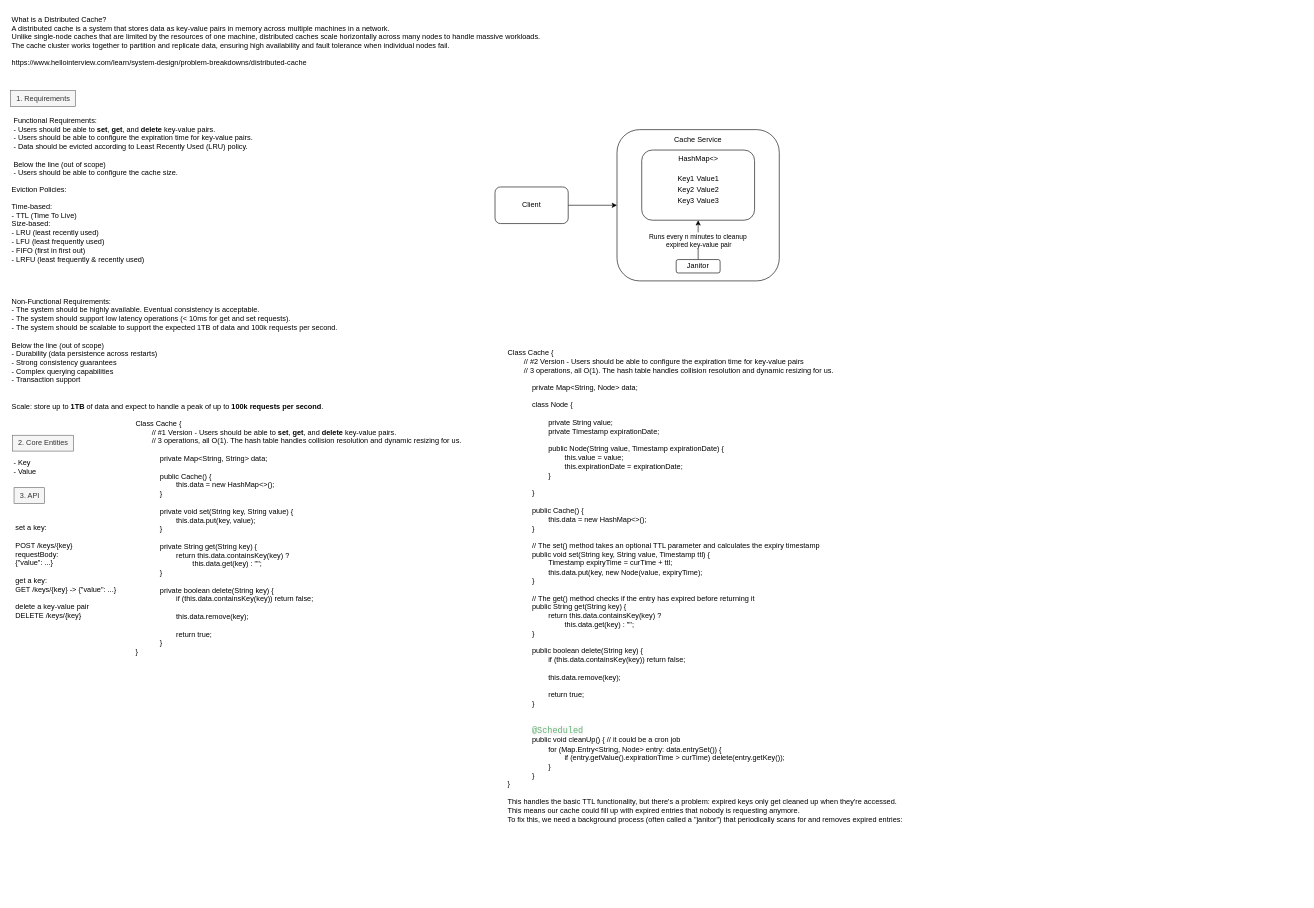
Before: page "distributed cache" (4 of 4) of system_design.drawio in lacrimae/system_design_practice, a draw.io diagram. Source tidied: cells renumbered, new cells numbered last; positions are measured from the earlier drawing's top-left corner, leaving out a move shared by most shapes. Both pictures are drawn from the tidied source at 61%, with x=0, y=0 at pixel (10, 10).
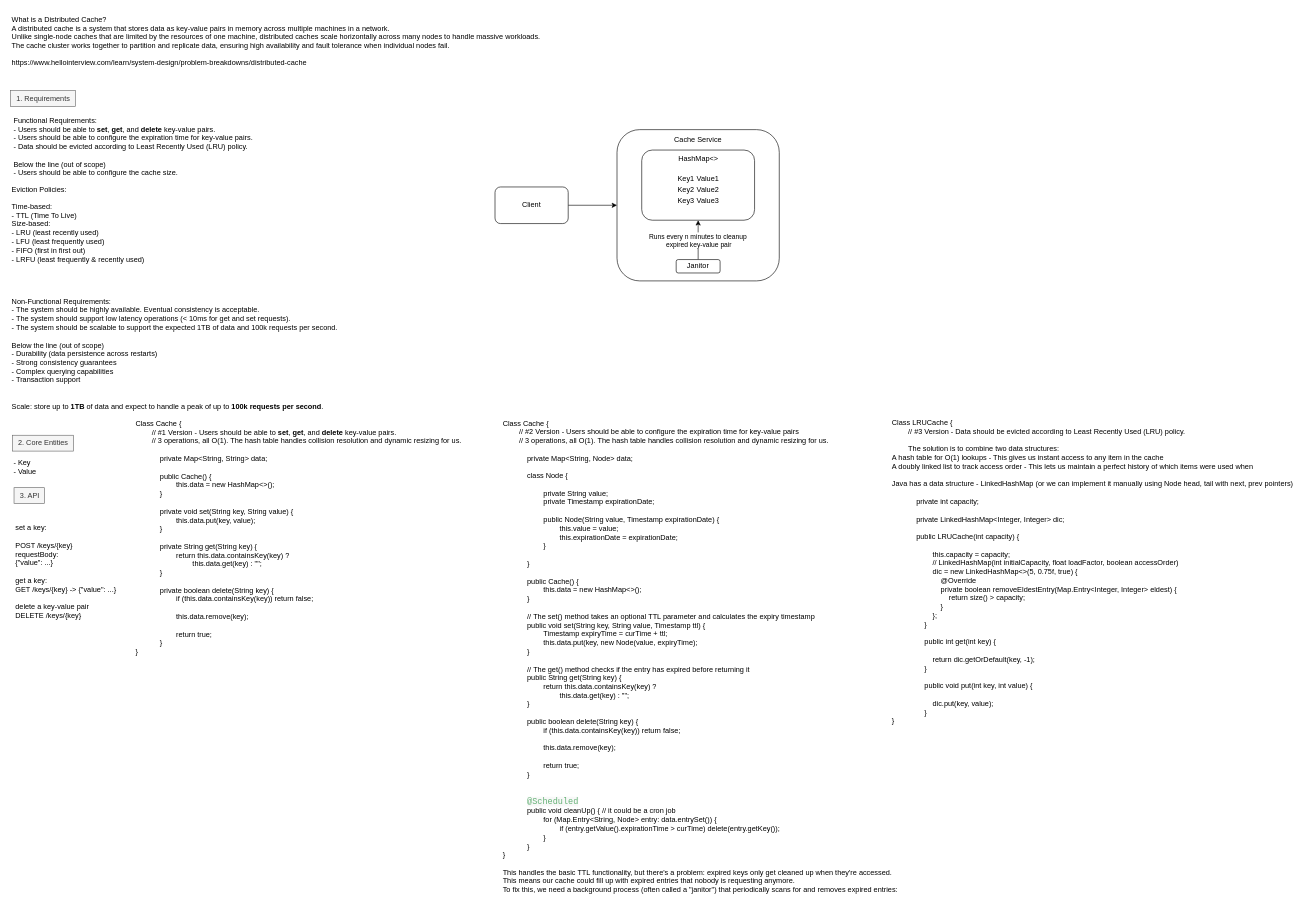
After the change.

What changed in the source:
```diff
@@
     <mxCell id="15" value="Class Cache {&lt;div&gt;&lt;span style=&quot;white-space: pre;&quot;&gt;&#9;&lt;/span&gt;// #2 Version - Users should be able to configure the expiration time for key-value pairs&lt;br&gt;&lt;div&gt;&lt;span style=&quot;white-space: pre;&quot;&gt;&#9;&lt;/span&gt;// 3 operations, all O(1).&amp;nbsp;The hash table handles collision resolution and dynamic resizing for us.&lt;br&gt;&lt;div style=&quot;&quot;&gt;&lt;span style=&quot;background-color: transparent; color: light-dark(rgb(0, 0, 0), rgb(255, 255, 255));&quot;&gt;&lt;br&gt;&lt;/span&gt;&lt;/div&gt;&lt;blockquote style=&quot;margin: 0 0 0 40px; border: none; padding: 0px;&quot;&gt;&lt;div style=&quot;&quot;&gt;&lt;span style=&quot;background-color: transparent; color: light-dark(rgb(0, 0, 0), rgb(255, 255, 255));&quot;&gt;private Map&amp;lt;String, Node&amp;gt; data;&lt;/span&gt;&lt;/div&gt;&lt;div style=&quot;&quot;&gt;&lt;span style=&quot;background-color: transparent; color: light-dark(rgb(0, 0, 0), rgb(255, 255, 255));&quot;&gt;&lt;br&gt;&lt;/span&gt;&lt;/div&gt;&lt;div style=&quot;&quot;&gt;&lt;span style=&quot;background-color: transparent; color: light-dark(rgb(0, 0, 0), rgb(255, 255, 255));&quot;&gt;class Node {&lt;/span&gt;&lt;/div&gt;&lt;div style=&quot;&quot;&gt;&lt;span style=&quot;background-color: transparent; color: light-dark(rgb(0, 0, 0), rgb(255, 255, 255));&quot;&gt;&lt;br&gt;&lt;/span&gt;&lt;/div&gt;&lt;div style=&quot;&quot;&gt;&lt;span style=&quot;background-color: transparent; color: light-dark(rgb(0, 0, 0), rgb(255, 255, 255));&quot;&gt;&lt;span style=&quot;white-space: pre;&quot;&gt;&#9;&lt;/span&gt;private String value;&lt;br&gt;&lt;/span&gt;&lt;/div&gt;&lt;div style=&quot;&quot;&gt;&lt;span style=&quot;background-color: transparent; color: light-dark(rgb(0, 0, 0), rgb(255, 255, 255));&quot;&gt;&lt;span style=&quot;white-space: pre;&quot;&gt;&#9;&lt;/span&gt;private Timestamp expirationDate;&lt;br&gt;&lt;/span&gt;&lt;/div&gt;&lt;div style=&quot;&quot;&gt;&lt;span style=&quot;background-color: transparent; color: light-dark(rgb(0, 0, 0), rgb(255, 255, 255));&quot;&gt;&lt;br&gt;&lt;/span&gt;&lt;/div&gt;&lt;div style=&quot;&quot;&gt;&lt;span style=&quot;background-color: transparent; color: light-dark(rgb(0, 0, 0), rgb(255, 255, 255));&quot;&gt;&lt;span style=&quot;white-space: pre;&quot;&gt;&#9;&lt;/span&gt;public Node(String value, Timestamp expirationDate) {&lt;br&gt;&lt;/span&gt;&lt;span style=&quot;background-color: transparent; color: light-dark(rgb(0, 0, 0), rgb(255, 255, 255));&quot;&gt;&lt;span style=&quot;text-wrap-mode: nowrap;&quot;&gt;&lt;span style=&quot;white-space: pre;&quot;&gt;&#9;&lt;span style=&quot;white-space: pre;&quot;&gt;&#9;&lt;/span&gt;this.value = value;&lt;br&gt;&lt;/span&gt;&lt;span style=&quot;white-space-collapse: preserve;&quot;&gt;&lt;span style=&quot;white-space: pre;&quot;&gt;&#9;&lt;/span&gt;&lt;span style=&quot;white-space: pre;&quot;&gt;&#9;&lt;/span&gt;this.expirationDate = expirationDate;&lt;br&gt;&lt;/span&gt;&lt;/span&gt;&lt;span style=&quot;white-space: pre;&quot;&gt;&#9;&lt;/span&gt;}&lt;br&gt;&lt;/span&gt;&lt;/div&gt;&lt;div style=&quot;&quot;&gt;&lt;/div&gt;&lt;div style=&quot;&quot;&gt;&lt;/div&gt;&lt;div style=&quot;&quot;&gt;&lt;/div&gt;&lt;div style=&quot;&quot;&gt;&lt;/div&gt;&lt;div style=&quot;&quot;&gt;&lt;span style=&quot;background-color: transparent; color: light-dark(rgb(0, 0, 0), rgb(255, 255, 255));&quot;&gt;&lt;br&gt;&lt;/span&gt;&lt;/div&gt;&lt;div style=&quot;&quot;&gt;&lt;span style=&quot;background-color: transparent; color: light-dark(rgb(0, 0, 0), rgb(255, 255, 255));&quot;&gt;}&lt;/span&gt;&lt;/div&gt;&lt;div style=&quot;&quot;&gt;&lt;span style=&quot;background-color: transparent; color: light-dark(rgb(0, 0, 0), rgb(255, 255, 255));&quot;&gt;&lt;br&gt;&lt;/span&gt;&lt;/div&gt;&lt;div style=&quot;&quot;&gt;&lt;span style=&quot;background-color: transparent; color: light-dark(rgb(0, 0, 0), rgb(255, 255, 255));&quot;&gt;public Cache() {&lt;/span&gt;&lt;/div&gt;&lt;div style=&quot;&quot;&gt;&lt;span style=&quot;background-color: transparent; color: light-dark(rgb(0, 0, 0), rgb(255, 255, 255));&quot;&gt;&lt;span style=&quot;white-space: pre;&quot;&gt;&#9;&lt;/span&gt;this.data = new HashMap&amp;lt;&amp;gt;();&lt;/span&gt;&lt;/div&gt;&lt;div style=&quot;&quot;&gt;&lt;span style=&quot;background-color: transparent; color: light-dark(rgb(0, 0, 0), rgb(255, 255, 255));&quot;&gt;}&lt;/span&gt;&lt;/div&gt;&lt;div style=&quot;&quot;&gt;&lt;span style=&quot;background-color: transparent; color: light-dark(rgb(0, 0, 0), rgb(255, 255, 255));&quot;&gt;&lt;br&gt;&lt;/span&gt;&lt;/div&gt;&lt;div style=&quot;&quot;&gt;&lt;span style=&quot;background-color: transparent; color: light-dark(rgb(0, 0, 0), rgb(255, 255, 255));&quot;&gt;//&amp;nbsp;&lt;/span&gt;&lt;span style=&quot;background-color: transparent; color: light-dark(rgb(0, 0, 0), rgb(255, 255, 255));&quot;&gt;The set() method takes an optional TTL parameter and calculates the expiry timestamp&lt;/span&gt;&lt;/div&gt;&lt;div style=&quot;&quot;&gt;&lt;span style=&quot;background-color: transparent; color: light-dark(rgb(0, 0, 0), rgb(255, 255, 255));&quot;&gt;public void set(String key, String value, Timestamp ttl) {&lt;/span&gt;&lt;/div&gt;&lt;div style=&quot;&quot;&gt;&lt;span style=&quot;background-color: transparent; color: light-dark(rgb(0, 0, 0), rgb(255, 255, 255));&quot;&gt;&lt;span style=&quot;white-space: pre;&quot;&gt;&#9;&lt;/span&gt;Timestamp expiryTime = curTime + ttl;&lt;br&gt;&lt;/span&gt;&lt;/div&gt;&lt;div style=&quot;&quot;&gt;&lt;span style=&quot;background-color: transparent; color: light-dark(rgb(0, 0, 0), rgb(255, 255, 255));&quot;&gt;&lt;span style=&quot;white-space: pre;&quot;&gt;&#9;&lt;/span&gt;this.data.put(key, new Node(value, expiryTime);&lt;/span&gt;&lt;/div&gt;&lt;div style=&quot;&quot;&gt;&lt;span style=&quot;background-color: transparent; color: light-dark(rgb(0, 0, 0), rgb(255, 255, 255));&quot;&gt;}&lt;/span&gt;&lt;/div&gt;&lt;div style=&quot;&quot;&gt;&lt;span style=&quot;background-color: transparent; color: light-dark(rgb(0, 0, 0), rgb(255, 255, 255));&quot;&gt;&lt;br&gt;&lt;/span&gt;&lt;/div&gt;&lt;div style=&quot;&quot;&gt;&lt;span style=&quot;background-color: transparent; color: light-dark(rgb(0, 0, 0), rgb(255, 255, 255));&quot;&gt;//&amp;nbsp;&lt;/span&gt;&lt;span style=&quot;background-color: transparent; color: light-dark(rgb(0, 0, 0), rgb(255, 255, 255));&quot;&gt;The get() method checks if the entry has expired before returning it&lt;/span&gt;&lt;/div&gt;&lt;div style=&quot;&quot;&gt;public String get(String key) {&lt;/div&gt;&lt;div style=&quot;&quot;&gt;&lt;span style=&quot;white-space: pre;&quot;&gt;&#9;&lt;/span&gt;return this.data.containsKey(key) ?&lt;/div&gt;&lt;div style=&quot;&quot;&gt;&lt;span style=&quot;white-space: pre;&quot;&gt;&#9;&lt;/span&gt;&lt;span style=&quot;white-space: pre;&quot;&gt;&#9;&lt;/span&gt;this.data.get(key) : &quot;&quot;;&amp;nbsp;&lt;/div&gt;&lt;div style=&quot;&quot;&gt;}&lt;/div&gt;&lt;div style=&quot;&quot;&gt;&lt;br&gt;&lt;/div&gt;&lt;div style=&quot;&quot;&gt;public boolean delete(String key) {&lt;/div&gt;&lt;div style=&quot;&quot;&gt;&lt;span style=&quot;white-space: pre;&quot;&gt;&#9;&lt;/span&gt;if (this.data.containsKey(key)) return false;&lt;/div&gt;&lt;div style=&quot;&quot;&gt;&lt;br&gt;&lt;/div&gt;&lt;div style=&quot;&quot;&gt;&lt;span style=&quot;white-space: pre;&quot;&gt;&#9;&lt;/span&gt;this.data.remove(key);&lt;/div&gt;&lt;div style=&quot;&quot;&gt;&lt;br&gt;&lt;/div&gt;&lt;div style=&quot;&quot;&gt;&lt;span style=&quot;white-space: pre;&quot;&gt;&#9;&lt;/span&gt;return true;&lt;/div&gt;&lt;div style=&quot;&quot;&gt;}&lt;/div&gt;&lt;div style=&quot;&quot;&gt;&lt;br&gt;&lt;/div&gt;&lt;div style=&quot;&quot;&gt;&lt;br&gt;&lt;/div&gt;&lt;div style=&quot;&quot;&gt;&lt;span style=&quot;color: rgb(99, 177, 117); font-family: &amp;quot;Source Code Pro&amp;quot;, Consolas, &amp;quot;Bitstream Vera Sans Mono&amp;quot;, &amp;quot;Courier New&amp;quot;, Courier, monospace; font-size: 14px; white-space: pre-wrap; background-color: rgb(248, 248, 248);&quot;&gt;@Scheduled&lt;/span&gt;&lt;/div&gt;&lt;div style=&quot;&quot;&gt;public void cleanUp() { // it could be a cron job&lt;/div&gt;&lt;div style=&quot;&quot;&gt;&lt;span style=&quot;white-space: pre;&quot;&gt;&#9;&lt;/span&gt;for (Map.Entry&amp;lt;String, Node&amp;gt; entry: data.entrySet()) {&lt;/div&gt;&lt;div style=&quot;&quot;&gt;&lt;span style=&quot;white-space: pre;&quot;&gt;&#9;&lt;span style=&quot;white-space: pre;&quot;&gt;&#9;&lt;/span&gt;if (entry.getValue().expirationTime &amp;gt; curTime) delete(entry.getKey());&lt;/span&gt;&lt;/div&gt;&lt;div style=&quot;&quot;&gt;&lt;span style=&quot;white-space: pre;&quot;&gt;&#9;&lt;/span&gt;}&lt;br&gt;&lt;/div&gt;&lt;div style=&quot;&quot;&gt;}&lt;/div&gt;&lt;/blockquote&gt;&lt;div&gt;&lt;span style=&quot;background-color: transparent; color: light-dark(rgb(0, 0, 0), rgb(255, 255, 255));&quot;&gt;}&lt;/span&gt;&lt;/div&gt;&lt;div&gt;&lt;span style=&quot;background-color: transparent; color: light-dark(rgb(0, 0, 0), rgb(255, 255, 255));&quot;&gt;&lt;br&gt;&lt;/span&gt;&lt;/div&gt;&lt;div&gt;&lt;span style=&quot;background-color: transparent; color: light-dark(rgb(0, 0, 0), rgb(255, 255, 255));&quot;&gt;&lt;div&gt;This handles the basic TTL functionality, but there's a problem: expired keys only get cleaned up when they're accessed.&lt;br&gt;This means our cache could fill up with expired entries that nobody is requesting anymore.&lt;/div&gt;&lt;div&gt;To fix this, we need a background process (often called a &quot;janitor&quot;) that periodically scans for and removes expired entries:&lt;/div&gt;&lt;/span&gt;&lt;/div&gt;&lt;/div&gt;&lt;/div&gt;" style="text;html=1;align=left;verticalAlign=middle;strokeColor=none;fillColor=none;" parent="1" vertex="1">
-      <mxGeometry x="813" y="547" width="666" height="792" as="geometry" />
+      <mxGeometry x="805" y="663" width="666" height="792" as="geometry" />
     </mxCell>
@@
+    <mxCell id="21" value="Class LRUCache {&lt;div&gt;&lt;div style=&quot;&quot;&gt;&lt;span style=&quot;white-space: pre;&quot;&gt;&#9;&lt;/span&gt;// #3 Version -&amp;nbsp;&lt;span style=&quot;background-color: transparent; color: light-dark(rgb(0, 0, 0), rgb(255, 255, 255));&quot;&gt;Data should be evicted according to Least Recently Used (LRU) policy.&lt;/span&gt;&lt;span style=&quot;background-color: transparent; color: light-dark(rgb(0, 0, 0), rgb(255, 255, 255));&quot;&gt;&amp;nbsp;&lt;/span&gt;&lt;/div&gt;&lt;div&gt;&lt;br&gt;&lt;/div&gt;&lt;div&gt;&lt;span style=&quot;white-space: pre;&quot;&gt;&#9;&lt;/span&gt;&lt;span style=&quot;background-color: transparent;&quot;&gt;The solution is to combine two data structures:&lt;br&gt;A hash table for O(1) lookups - This gives us instant access to any item in the cache&lt;br&gt;A doubly linked list to track access order - This lets us maintain a perfect history of which items were used when&lt;/span&gt;&lt;br&gt;&lt;/div&gt;&lt;div&gt;&lt;span style=&quot;background-color: transparent;&quot;&gt;&lt;br&gt;&lt;/span&gt;&lt;/div&gt;&lt;div&gt;&lt;span style=&quot;background-color: transparent;&quot;&gt;Java has a data structure - LinkedHashMap (or we can implement it manually using Node head, tail with next, prev pointers)&lt;/span&gt;&lt;/div&gt;&lt;div&gt;&lt;div&gt;&lt;span style=&quot;white-space: pre;&quot;&gt;&#9;&lt;/span&gt;&amp;nbsp; &amp;nbsp;&lt;/div&gt;&lt;/div&gt;&lt;/div&gt;&lt;blockquote style=&quot;margin: 0 0 0 40px; border: none; padding: 0px;&quot;&gt;&lt;span style=&quot;background-color: transparent; color: light-dark(rgb(0, 0, 0), rgb(255, 255, 255));&quot;&gt;private int capacity;&lt;/span&gt;&lt;/blockquote&gt;&lt;blockquote style=&quot;margin: 0 0 0 40px; border: none; padding: 0px;&quot;&gt;&lt;span style=&quot;background-color: transparent; color: light-dark(rgb(0, 0, 0), rgb(255, 255, 255));&quot;&gt;&lt;br&gt;&lt;/span&gt;&lt;span style=&quot;background-color: transparent; color: light-dark(rgb(0, 0, 0), rgb(255, 255, 255));&quot;&gt;private LinkedHashMap&amp;lt;Integer, Integer&amp;gt; dic;&lt;/span&gt;&lt;/blockquote&gt;&lt;blockquote style=&quot;margin: 0 0 0 40px; border: none; padding: 0px;&quot;&gt;&lt;span style=&quot;background-color: transparent; color: light-dark(rgb(0, 0, 0), rgb(255, 255, 255));&quot;&gt;&lt;br&gt;&lt;/span&gt;&lt;span style=&quot;background-color: transparent; color: light-dark(rgb(0, 0, 0), rgb(255, 255, 255));&quot;&gt;public LRUCache(int capacity) {&lt;/span&gt;&lt;blockquote style=&quot;margin: 0 0 0 40px; border: none; padding: 0px;&quot;&gt;&lt;div&gt;&lt;br&gt;&lt;/div&gt;&lt;/blockquote&gt;&lt;span style=&quot;background-color: transparent; color: light-dark(rgb(0, 0, 0), rgb(255, 255, 255));&quot;&gt;&amp;nbsp; &amp;nbsp; &amp;nbsp; &amp;nbsp; this.capacity = capacity;&lt;br&gt;&lt;/span&gt;&lt;span style=&quot;background-color: transparent; color: light-dark(rgb(0, 0, 0), rgb(255, 255, 255));&quot;&gt;&amp;nbsp; &amp;nbsp; &amp;nbsp; &amp;nbsp; // LinkedHashMap(int initialCapacity, float loadFactor, boolean accessOrder)&lt;br&gt;&lt;/span&gt;&lt;span style=&quot;background-color: transparent; color: light-dark(rgb(0, 0, 0), rgb(255, 255, 255));&quot;&gt;&amp;nbsp; &amp;nbsp; &amp;nbsp; &amp;nbsp; dic = new LinkedHashMap&amp;lt;&amp;gt;(5, 0.75f, true) {&lt;br&gt;&lt;/span&gt;&lt;span style=&quot;background-color: transparent; color: light-dark(rgb(0, 0, 0), rgb(255, 255, 255));&quot;&gt;&amp;nbsp; &amp;nbsp; &amp;nbsp; &amp;nbsp; &amp;nbsp; &amp;nbsp; @Override&lt;br&gt;&lt;/span&gt;&lt;span style=&quot;background-color: transparent; color: light-dark(rgb(0, 0, 0), rgb(255, 255, 255));&quot;&gt;&amp;nbsp; &amp;nbsp; &amp;nbsp; &amp;nbsp; &amp;nbsp; &amp;nbsp; private boolean removeEldestEntry(Map.Entry&amp;lt;Integer, Integer&amp;gt; eldest) {&lt;br&gt;&lt;/span&gt;&lt;span style=&quot;background-color: transparent; color: light-dark(rgb(0, 0, 0), rgb(255, 255, 255));&quot;&gt;&amp;nbsp; &amp;nbsp; &amp;nbsp; &amp;nbsp; &amp;nbsp; &amp;nbsp; &amp;nbsp; &amp;nbsp; return size() &amp;gt; capacity;&lt;br&gt;&lt;/span&gt;&lt;span style=&quot;background-color: transparent; color: light-dark(rgb(0, 0, 0), rgb(255, 255, 255));&quot;&gt;&amp;nbsp; &amp;nbsp; &amp;nbsp; &amp;nbsp; &amp;nbsp; &amp;nbsp; }&lt;br&gt;&lt;/span&gt;&lt;span style=&quot;background-color: transparent; color: light-dark(rgb(0, 0, 0), rgb(255, 255, 255));&quot;&gt;&amp;nbsp; &amp;nbsp; &amp;nbsp; &amp;nbsp; };&lt;br&gt;&lt;/span&gt;&lt;span style=&quot;background-color: transparent; color: light-dark(rgb(0, 0, 0), rgb(255, 255, 255));&quot;&gt;&amp;nbsp; &amp;nbsp; }&lt;/span&gt;&lt;/blockquote&gt;&lt;br&gt;&lt;blockquote style=&quot;margin: 0 0 0 40px; border: none; padding: 0px;&quot;&gt;&lt;span style=&quot;background-color: transparent; color: light-dark(rgb(0, 0, 0), rgb(255, 255, 255));&quot;&gt;&amp;nbsp; &amp;nbsp; public int get(int key) {&lt;/span&gt;&lt;blockquote style=&quot;margin: 0 0 0 40px; border: none; padding: 0px;&quot;&gt;&lt;div&gt;&lt;br&gt;&lt;/div&gt;&lt;/blockquote&gt;&lt;span style=&quot;background-color: transparent; color: light-dark(rgb(0, 0, 0), rgb(255, 255, 255));&quot;&gt;&amp;nbsp; &amp;nbsp; &amp;nbsp; &amp;nbsp; return dic.getOrDefault(key, -1);&lt;br&gt;&lt;/span&gt;&lt;span style=&quot;background-color: transparent; color: light-dark(rgb(0, 0, 0), rgb(255, 255, 255));&quot;&gt;&amp;nbsp; &amp;nbsp; }&lt;/span&gt;&lt;/blockquote&gt;&lt;br&gt;&lt;blockquote style=&quot;margin: 0 0 0 40px; border: none; padding: 0px;&quot;&gt;&lt;span style=&quot;background-color: transparent; color: light-dark(rgb(0, 0, 0), rgb(255, 255, 255));&quot;&gt;&amp;nbsp; &amp;nbsp; public void put(int key, int value) {&lt;/span&gt;&lt;blockquote style=&quot;margin: 0 0 0 40px; border: none; padding: 0px;&quot;&gt;&lt;div&gt;&lt;br&gt;&lt;/div&gt;&lt;/blockquote&gt;&lt;span style=&quot;background-color: transparent; color: light-dark(rgb(0, 0, 0), rgb(255, 255, 255));&quot;&gt;&amp;nbsp; &amp;nbsp; &amp;nbsp; &amp;nbsp; dic.put(key, value);&lt;/span&gt;&lt;div&gt;&amp;nbsp; &amp;nbsp; }&lt;/div&gt;&lt;/blockquote&gt;&lt;div&gt;&lt;div&gt;}&lt;/div&gt;&lt;/div&gt;" style="text;html=1;align=left;verticalAlign=middle;strokeColor=none;fillColor=none;" parent="1" vertex="1">
+      <mxGeometry x="1443" y="662" width="676" height="516" as="geometry" />
+    </mxCell>
```
